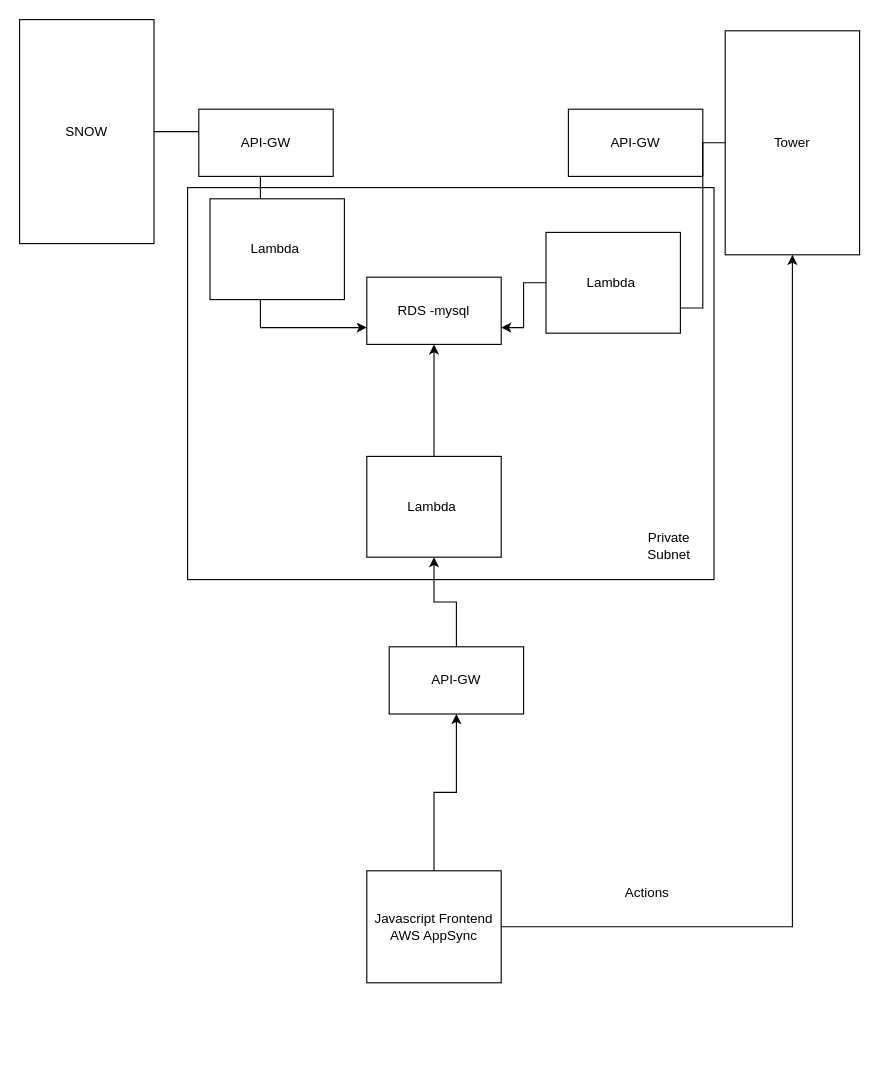
Above: Frontend.drawio in ajaypaulfrancis/ajpaul (draw.io), before the change. Source tidied: cells renumbered, new cells numbered last; positions are measured from the earlier drawing's top-left corner, leaving out a move shared by most shapes. Both pictures are drawn from the tidied source at 112%, with x=0, y=0 at pixel (19, 19).
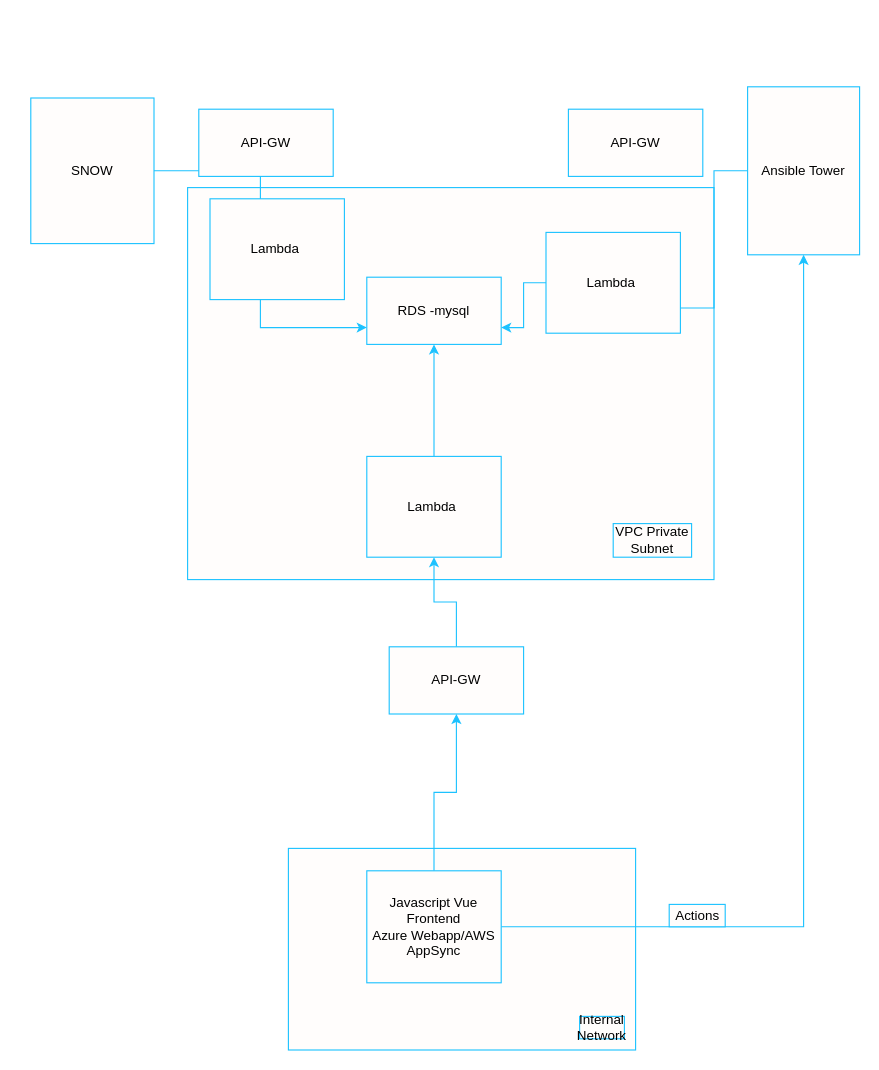
Above is the later version.

Change to the diagram source:
```diff
@@
+    <mxCell id="22" style="rounded=0;whiteSpace=wrap;html=1;fillColor=#FFFDFC;strokeColor=#1CC2FF;" parent="1" vertex="1">
+      <mxGeometry x="240" y="740" width="310" height="180" as="geometry" />
+    </mxCell>
-    <mxCell id="2" style="rounded=0;whiteSpace=wrap;html=1;" parent="1" vertex="1">
+    <mxCell id="2" style="rounded=0;whiteSpace=wrap;html=1;fillColor=#FFFDFC;strokeColor=#1CC2FF;" parent="1" vertex="1">
       <mxGeometry x="150" y="150" width="470" height="350" as="geometry" />
     </mxCell>
-    <mxCell id="3" value="RDS -mysql" style="rounded=0;whiteSpace=wrap;html=1;" parent="1" vertex="1">
+    <mxCell id="3" value="RDS -mysql" style="rounded=0;whiteSpace=wrap;html=1;fillColor=#FFFDFC;strokeColor=#1CC2FF;" parent="1" vertex="1">
       <mxGeometry x="310" y="230" width="120" height="60" as="geometry" />
     </mxCell>
-    <mxCell id="4" style="edgeStyle=orthogonalEdgeStyle;rounded=0;jettySize=auto;html=1;" parent="1" edge="1" source="5" target="7">
+    <mxCell id="4" style="edgeStyle=orthogonalEdgeStyle;rounded=0;jettySize=auto;html=1;fillColor=#FFFDFC;strokeColor=#1CC2FF;" parent="1" edge="1" source="5" target="7">
       <mxGeometry relative="1" as="geometry" />
     </mxCell>
-    <mxCell id="5" value="API-GW" style="rounded=0;whiteSpace=wrap;html=1;" parent="1" vertex="1">
+    <mxCell id="5" value="API-GW" style="rounded=0;whiteSpace=wrap;html=1;fillColor=#FFFDFC;strokeColor=#1CC2FF;" parent="1" vertex="1">
       <mxGeometry x="330" y="560" width="120" height="60" as="geometry" />
     </mxCell>
-    <mxCell id="6" style="edgeStyle=orthogonalEdgeStyle;rounded=0;jettySize=auto;html=1;" parent="1" edge="1" source="7" target="3">
+    <mxCell id="6" style="edgeStyle=orthogonalEdgeStyle;rounded=0;jettySize=auto;html=1;fillColor=#FFFDFC;strokeColor=#1CC2FF;" parent="1" edge="1" source="7" target="3">
       <mxGeometry relative="1" as="geometry" />
     </mxCell>
-    <mxCell id="7" value="Lambda&amp;nbsp;" style="rounded=0;whiteSpace=wrap;html=1;" parent="1" vertex="1">
+    <mxCell id="7" value="Lambda&amp;nbsp;" style="rounded=0;whiteSpace=wrap;html=1;fillColor=#FFFDFC;strokeColor=#1CC2FF;" parent="1" vertex="1">
       <mxGeometry x="310" y="390" width="120" height="90" as="geometry" />
     </mxCell>
-    <mxCell id="8" style="edgeStyle=orthogonalEdgeStyle;rounded=0;jettySize=auto;html=1;" parent="1" edge="1" source="10" target="5">
+    <mxCell id="8" style="edgeStyle=orthogonalEdgeStyle;rounded=0;jettySize=auto;html=1;fillColor=#FFFDFC;strokeColor=#1CC2FF;" parent="1" edge="1" source="10" target="5">
       <mxGeometry relative="1" as="geometry" />
     </mxCell>
-    <mxCell id="9" style="edgeStyle=orthogonalEdgeStyle;rounded=0;jettySize=auto;html=1;" parent="1" edge="1" source="10" target="12">
+    <mxCell id="9" style="edgeStyle=orthogonalEdgeStyle;rounded=0;jettySize=auto;html=1;fillColor=#FFFDFC;strokeColor=#1CC2FF;" parent="1" edge="1" source="10" target="12">
       <mxGeometry relative="1" as="geometry" />
     </mxCell>
-    <mxCell id="10" value="Javascript Frontend&lt;br&gt;AWS AppSync" style="rounded=0;whiteSpace=wrap;html=1;" parent="1" vertex="1">
+    <mxCell id="10" value="Javascript Vue Frontend&lt;br&gt;Azure Webapp/AWS AppSync" style="rounded=0;whiteSpace=wrap;html=1;fillColor=#FFFDFC;strokeColor=#1CC2FF;" parent="1" vertex="1">
       <mxGeometry x="310" y="760" width="120" height="100" as="geometry" />
     </mxCell>
-    <mxCell id="11" style="edgeStyle=orthogonalEdgeStyle;rounded=0;jettySize=auto;html=1;entryX=1;entryY=0.75;entryDx=0;entryDy=0;startArrow=none;" parent="1" edge="1" source="17" target="3">
+    <mxCell id="11" style="edgeStyle=orthogonalEdgeStyle;rounded=0;jettySize=auto;html=1;entryX=1;entryY=0.75;entryDx=0;entryDy=0;startArrow=none;fillColor=#FFFDFC;strokeColor=#1CC2FF;" parent="1" edge="1" source="17" target="3">
       <mxGeometry relative="1" as="geometry" />
     </mxCell>
-    <mxCell id="12" value="Tower" style="rounded=0;whiteSpace=wrap;html=1;" parent="1" vertex="1">
-      <mxGeometry x="630" y="10" width="120" height="200" as="geometry" />
+    <mxCell id="12" value="Ansible Tower" style="rounded=0;whiteSpace=wrap;html=1;fillColor=#FFFDFC;strokeColor=#1CC2FF;" parent="1" vertex="1">
+      <mxGeometry x="650" y="60" width="100" height="150" as="geometry" />
     </mxCell>
-    <mxCell id="13" value="Actions" style="text;html=1;align=center;verticalAlign=middle;strokeColor=none;" parent="1" vertex="1">
-      <mxGeometry x="535" y="770" width="50" height="20" as="geometry" />
+    <mxCell id="13" value="Actions" style="text;html=1;align=center;verticalAlign=middle;strokeColor=#1CC2FF;fillColor=#FFFDFC;" parent="1" vertex="1">
+      <mxGeometry x="580" y="790" width="50" height="20" as="geometry" />
     </mxCell>
-    <mxCell id="14" style="edgeStyle=orthogonalEdgeStyle;rounded=0;jettySize=auto;html=1;entryX=0;entryY=0.75;entryDx=0;entryDy=0;" parent="1" edge="1" source="15" target="3">
+    <mxCell id="14" style="edgeStyle=orthogonalEdgeStyle;rounded=0;jettySize=auto;html=1;entryX=0;entryY=0.75;entryDx=0;entryDy=0;fillColor=#FFFDFC;strokeColor=#1CC2FF;" parent="1" edge="1" source="15" target="3">
       <mxGeometry relative="1" as="geometry" />
     </mxCell>
-    <mxCell id="15" value="SNOW" style="rounded=0;whiteSpace=wrap;html=1;" parent="1" vertex="1">
-      <mxGeometry width="120" height="200" as="geometry" />
+    <mxCell id="15" value="SNOW" style="rounded=0;whiteSpace=wrap;html=1;fillColor=#FFFDFC;strokeColor=#1CC2FF;" parent="1" vertex="1">
+      <mxGeometry x="10" y="70" width="110" height="130" as="geometry" />
     </mxCell>
-    <mxCell id="16" value="API-GW" style="rounded=0;whiteSpace=wrap;html=1;" parent="1" vertex="1">
+    <mxCell id="16" value="API-GW" style="rounded=0;whiteSpace=wrap;html=1;fillColor=#FFFDFC;strokeColor=#1CC2FF;" parent="1" vertex="1">
       <mxGeometry x="490" y="80" width="120" height="60" as="geometry" />
     </mxCell>
-    <mxCell id="17" value="Lambda&amp;nbsp;" style="rounded=0;whiteSpace=wrap;html=1;" parent="1" vertex="1">
+    <mxCell id="17" value="Lambda&amp;nbsp;" style="rounded=0;whiteSpace=wrap;html=1;fillColor=#FFFDFC;strokeColor=#1CC2FF;" parent="1" vertex="1">
       <mxGeometry x="470" y="190" width="120" height="90" as="geometry" />
     </mxCell>
-    <mxCell id="18" style="edgeStyle=orthogonalEdgeStyle;rounded=0;jettySize=auto;html=1;entryX=1;entryY=0.75;entryDx=0;entryDy=0;endArrow=none;" parent="1" edge="1" source="12" target="17">
+    <mxCell id="18" style="edgeStyle=orthogonalEdgeStyle;rounded=0;jettySize=auto;html=1;entryX=1;entryY=0.75;entryDx=0;entryDy=0;endArrow=none;fillColor=#FFFDFC;strokeColor=#1CC2FF;" parent="1" edge="1" source="12" target="17">
       <mxGeometry relative="1" as="geometry" />
     </mxCell>
-    <mxCell id="19" value="Lambda&amp;nbsp;" style="rounded=0;whiteSpace=wrap;html=1;" parent="1" vertex="1">
+    <mxCell id="19" value="Lambda&amp;nbsp;" style="rounded=0;whiteSpace=wrap;html=1;fillColor=#FFFDFC;strokeColor=#1CC2FF;" parent="1" vertex="1">
       <mxGeometry x="170" y="160" width="120" height="90" as="geometry" />
     </mxCell>
-    <mxCell id="20" value="API-GW" style="rounded=0;whiteSpace=wrap;html=1;" parent="1" vertex="1">
+    <mxCell id="20" value="API-GW" style="rounded=0;whiteSpace=wrap;html=1;fillColor=#FFFDFC;strokeColor=#1CC2FF;" parent="1" vertex="1">
       <mxGeometry x="160" y="80" width="120" height="60" as="geometry" />
     </mxCell>
-    <mxCell id="21" value="Private Subnet" style="text;html=1;strokeColor=none;fillColor=none;align=center;verticalAlign=middle;whiteSpace=wrap;rounded=0;" parent="1" vertex="1">
-      <mxGeometry x="560" y="460" width="40" height="20" as="geometry" />
+    <mxCell id="21" value="VPC Private Subnet" style="text;html=1;strokeColor=#1CC2FF;fillColor=#FFFDFC;align=center;verticalAlign=middle;whiteSpace=wrap;rounded=0;" parent="1" vertex="1">
+      <mxGeometry x="530" y="450" width="70" height="30" as="geometry" />
     </mxCell>
+    <mxCell id="23" value="Internal Network" style="text;html=1;strokeColor=#1CC2FF;fillColor=#FFFDFC;align=center;verticalAlign=middle;whiteSpace=wrap;rounded=0;" parent="1" vertex="1">
+      <mxGeometry x="500" y="890" width="40" height="20" as="geometry" />
+    </mxCell>
```
